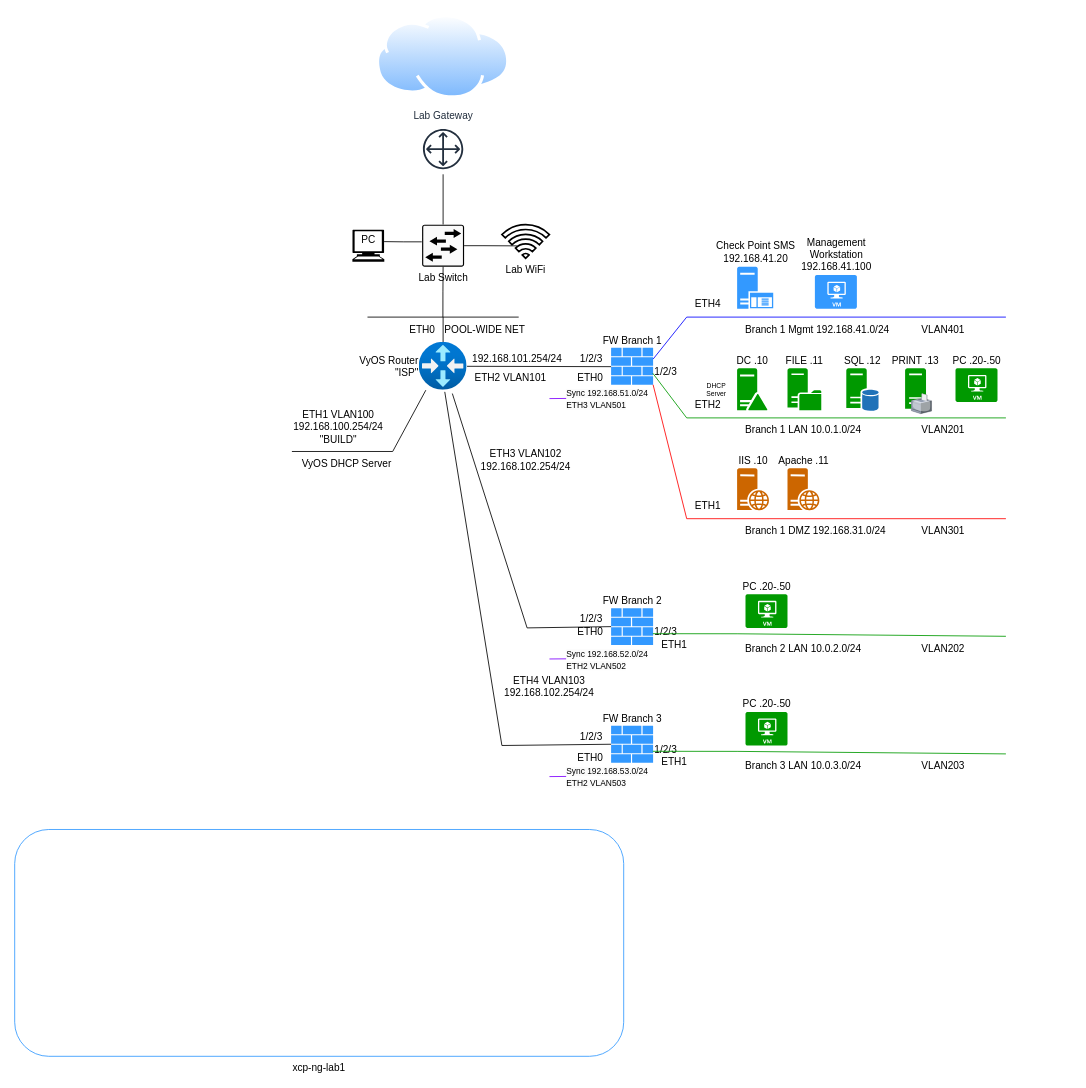
The draw.io diagram page "FULL LAB CHECKPOINT" (4 of 4) of XCP-ng/xcp-ng_lab.drawio in doritoes/NUC-Labs, before the edit. Source tidied: cells renumbered, new cells numbered last; positions are measured from the earlier drawing's top-left corner, leaving out a move shared by most shapes. Both pictures are drawn from the tidied source at 84%, with x=0, y=0 at pixel (14, 14).
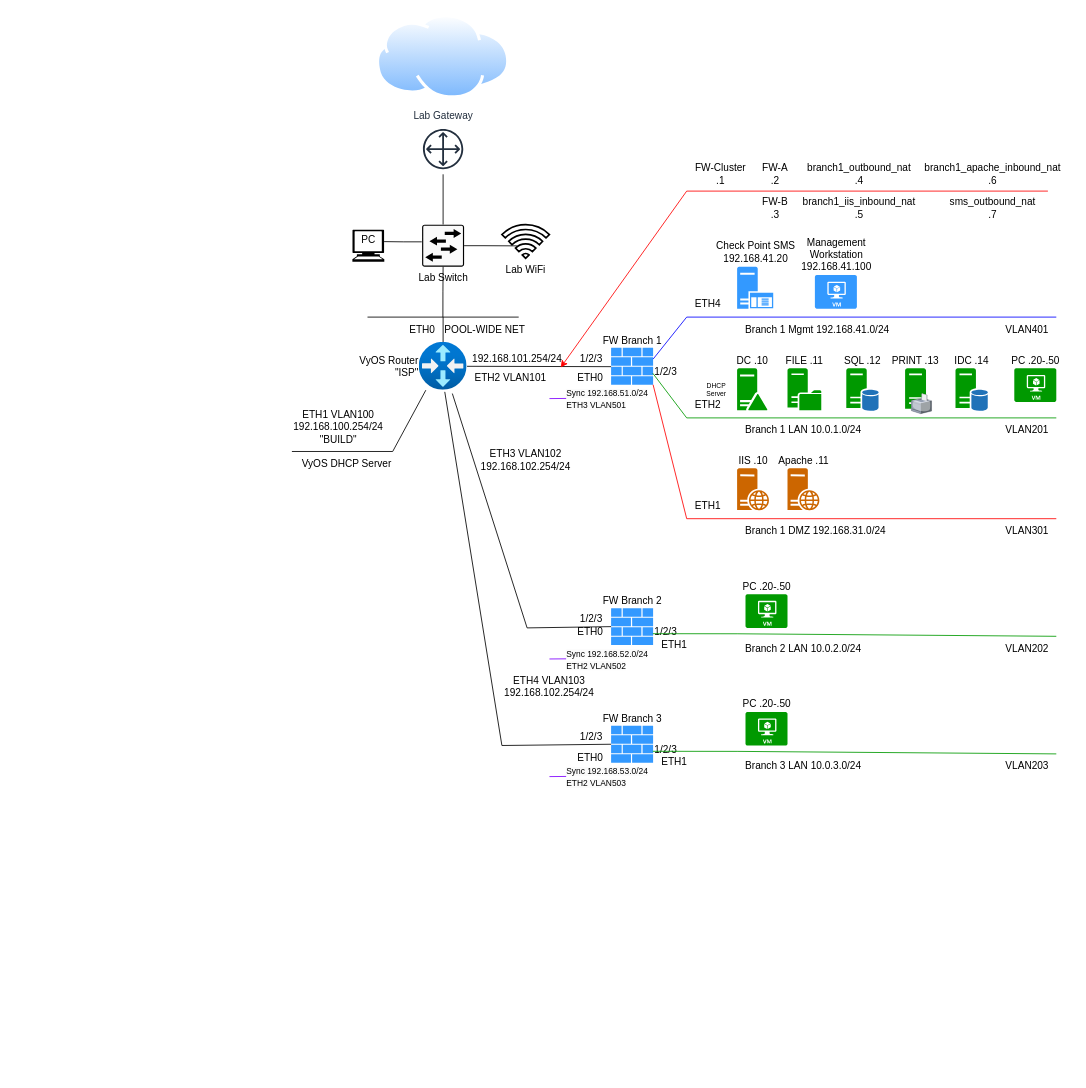
Above is the later version.

The change refers to these unchanged cells:
```xml
<mxCell id="14" value="&lt;div&gt;FW Branch 1&lt;/div&gt;" style="sketch=0;shadow=0;dashed=0;html=1;strokeColor=none;labelPosition=center;verticalLabelPosition=top;verticalAlign=bottom;align=center;fillColor=#3399FF;shape=mxgraph.mscae.enterprise.firewall;" parent="1" vertex="1">
  <mxGeometry x="710" y="396.5" width="50" height="44" as="geometry" />
</mxCell>
<mxCell id="45" value="&lt;div&gt;FW Branch 2&lt;/div&gt;" style="sketch=0;shadow=0;dashed=0;html=1;strokeColor=none;labelPosition=center;verticalLabelPosition=top;verticalAlign=bottom;align=center;fillColor=#3399FF;shape=mxgraph.mscae.enterprise.firewall;" parent="1" vertex="1">
  <mxGeometry x="710" y="706.5" width="50" height="44" as="geometry" />
</mxCell>
<mxCell id="54" value="&lt;div&gt;FW Branch 3&lt;/div&gt;" style="sketch=0;shadow=0;dashed=0;html=1;strokeColor=none;labelPosition=center;verticalLabelPosition=top;verticalAlign=bottom;align=center;fillColor=#3399FF;shape=mxgraph.mscae.enterprise.firewall;" parent="1" vertex="1">
  <mxGeometry x="710" y="846.5" width="50" height="44" as="geometry" />
</mxCell>
```

Change to the diagram source:
```diff
@@
-    <mxCell id="2" value="xcp-ng-lab1" style="rounded=1;whiteSpace=wrap;html=1;labelPosition=center;verticalLabelPosition=bottom;align=center;verticalAlign=top;strokeColor=#3399FF;" parent="1" vertex="1">
-      <mxGeometry y="970" width="725" height="270" as="geometry" />
-    </mxCell>
@@
     <mxCell id="16" value="PC .20-.50" style="verticalLabelPosition=top;html=1;verticalAlign=bottom;align=center;strokeColor=none;fillColor=#009900;shape=mxgraph.azure.virtual_machine;labelPosition=center;" parent="1" vertex="1">
-      <mxGeometry x="1120" y="421" width="50" height="40" as="geometry" />
+      <mxGeometry x="1190" y="421" width="50" height="40" as="geometry" />
     </mxCell>
     <mxCell id="17" style="endArrow=none;html=1;rounded=0;strokeColor=#FF0000;exitX=1;exitY=1;exitDx=0;exitDy=0;exitPerimeter=0;" parent="1" edge="1" source="14">
       <mxGeometry relative="1" as="geometry">
-        <mxPoint x="1180" y="600" as="targetPoint" />
+        <mxPoint x="1240" y="600" as="targetPoint" />
         <Array as="points">
           <mxPoint x="800" y="600" />
         </Array>
       </mxGeometry>
     </mxCell>
     <mxCell id="18" style="endArrow=none;html=1;rounded=0;strokeColor=#0000FF;exitX=0.74;exitY=0.25;exitDx=0;exitDy=0;exitPerimeter=0;" parent="1" edge="1">
       <mxGeometry relative="1" as="geometry">
         <mxPoint x="760" y="410" as="sourcePoint" />
-        <mxPoint x="1180" y="360" as="targetPoint" />
+        <mxPoint x="1240" y="360" as="targetPoint" />
         <Array as="points">
           <mxPoint x="800" y="360" />
         </Array>
       </mxGeometry>
     </mxCell>
@@
     <mxCell id="29" style="endArrow=none;html=1;rounded=0;strokeColor=#009900;exitX=0.993;exitY=0.691;exitDx=0;exitDy=0;exitPerimeter=0;" parent="1" edge="1" source="14">
       <mxGeometry relative="1" as="geometry">
-        <mxPoint x="1180" y="480" as="targetPoint" />
+        <mxPoint x="1240" y="480" as="targetPoint" />
         <Array as="points">
           <mxPoint x="800" y="480" />
         </Array>
       </mxGeometry>
     </mxCell>
@@
     <mxCell id="41" value="VLAN401" style="text;html=1;align=center;verticalAlign=middle;strokeColor=none;fillColor=none;" parent="1" vertex="1">
-      <mxGeometry x="1070" y="360" width="70" height="30" as="geometry" />
+      <mxGeometry x="1170" y="360" width="70" height="30" as="geometry" />
     </mxCell>
     <mxCell id="42" value="VLAN301" style="text;html=1;align=center;verticalAlign=middle;strokeColor=none;fillColor=none;" parent="1" vertex="1">
-      <mxGeometry x="1070" y="600" width="70" height="30" as="geometry" />
+      <mxGeometry x="1170" y="600" width="70" height="30" as="geometry" />
     </mxCell>
     <mxCell id="43" value="VLAN201" style="text;html=1;align=center;verticalAlign=middle;strokeColor=none;fillColor=none;" parent="1" vertex="1">
-      <mxGeometry x="1070" y="480" width="70" height="30" as="geometry" />
+      <mxGeometry x="1170" y="480" width="70" height="30" as="geometry" />
     </mxCell>
@@
     <mxCell id="51" style="endArrow=none;html=1;rounded=0;strokeColor=#009900;exitX=0.993;exitY=0.691;exitDx=0;exitDy=0;exitPerimeter=0;" parent="1" edge="1" source="45">
       <mxGeometry relative="1" as="geometry">
-        <mxPoint x="1180" y="740" as="targetPoint" />
+        <mxPoint x="1240" y="740" as="targetPoint" />
         <Array as="points">
           <mxPoint x="860" y="737" />
         </Array>
       </mxGeometry>
     </mxCell>
@@
     <mxCell id="53" value="VLAN202" style="text;html=1;align=center;verticalAlign=middle;strokeColor=none;fillColor=none;" parent="1" vertex="1">
-      <mxGeometry x="1070" y="740" width="70" height="30" as="geometry" />
+      <mxGeometry x="1170" y="740" width="70" height="30" as="geometry" />
     </mxCell>
@@
     <mxCell id="60" style="endArrow=none;html=1;rounded=0;strokeColor=#009900;exitX=0.993;exitY=0.691;exitDx=0;exitDy=0;exitPerimeter=0;" parent="1" edge="1" source="54">
       <mxGeometry relative="1" as="geometry">
-        <mxPoint x="1180" y="880" as="targetPoint" />
+        <mxPoint x="1240" y="880" as="targetPoint" />
         <Array as="points">
           <mxPoint x="860" y="877" />
         </Array>
       </mxGeometry>
     </mxCell>
@@
     <mxCell id="62" value="VLAN203" style="text;html=1;align=center;verticalAlign=middle;strokeColor=none;fillColor=none;" parent="1" vertex="1">
-      <mxGeometry x="1070" y="880" width="70" height="30" as="geometry" />
+      <mxGeometry x="1170" y="880" width="70" height="30" as="geometry" />
     </mxCell>
@@
+    <mxCell id="79" value="IDC .14" style="sketch=0;shadow=0;dashed=0;html=1;strokeColor=none;fillColor=#009900;labelPosition=center;verticalLabelPosition=top;verticalAlign=bottom;align=center;shape=mxgraph.office.databases.database_server_blue;" parent="1" vertex="1">
+      <mxGeometry x="1120" y="421" width="38.5" height="51" as="geometry" />
+    </mxCell>
+    <mxCell id="80" style="endArrow=none;html=1;rounded=0;strokeColor=#FF0000;startArrow=classic;startFill=1;" parent="1" edge="1">
+      <mxGeometry relative="1" as="geometry">
+        <mxPoint x="650" y="420" as="sourcePoint" />
+        <mxPoint x="1230" y="210" as="targetPoint" />
+        <Array as="points">
+          <mxPoint x="800" y="210" />
+        </Array>
+      </mxGeometry>
+    </mxCell>
+    <mxCell id="81" value="FW-Cluster&lt;div&gt;.1&lt;/div&gt;" style="text;html=1;align=center;verticalAlign=middle;strokeColor=none;fillColor=none;" parent="1" vertex="1">
+      <mxGeometry x="800" y="170" width="80" height="40" as="geometry" />
+    </mxCell>
+    <mxCell id="82" value="FW-A&lt;div&gt;.2&lt;/div&gt;" style="text;html=1;align=center;verticalAlign=middle;strokeColor=none;fillColor=none;" parent="1" vertex="1">
+      <mxGeometry x="880" y="170" width="50" height="40" as="geometry" />
+    </mxCell>
+    <mxCell id="83" value="FW-B&lt;div&gt;.3&lt;/div&gt;" style="text;html=1;align=center;verticalAlign=middle;strokeColor=none;fillColor=none;" parent="1" vertex="1">
+      <mxGeometry x="880" y="210" width="50" height="40" as="geometry" />
+    </mxCell>
+    <mxCell id="84" value="branch1_outbound_nat&lt;div&gt;.4&lt;/div&gt;" style="text;html=1;align=center;verticalAlign=middle;strokeColor=none;fillColor=none;" parent="1" vertex="1">
+      <mxGeometry x="930" y="170" width="150" height="40" as="geometry" />
+    </mxCell>
+    <mxCell id="85" value="branch1_iis_inbound_nat&lt;div&gt;.5&lt;/div&gt;" style="text;html=1;align=center;verticalAlign=middle;strokeColor=none;fillColor=none;" parent="1" vertex="1">
+      <mxGeometry x="925" y="210" width="160" height="40" as="geometry" />
+    </mxCell>
+    <mxCell id="86" value="branch1_apache_inbound_nat&lt;div&gt;.6&lt;/div&gt;" style="text;html=1;align=center;verticalAlign=middle;strokeColor=none;fillColor=none;" parent="1" vertex="1">
+      <mxGeometry x="1069" y="170" width="190" height="40" as="geometry" />
+    </mxCell>
+    <mxCell id="87" value="sms_outbound_nat&lt;div&gt;.7&lt;/div&gt;" style="text;html=1;align=center;verticalAlign=middle;strokeColor=none;fillColor=none;" parent="1" vertex="1">
+      <mxGeometry x="1099" y="210" width="130" height="40" as="geometry" />
+    </mxCell>
```
